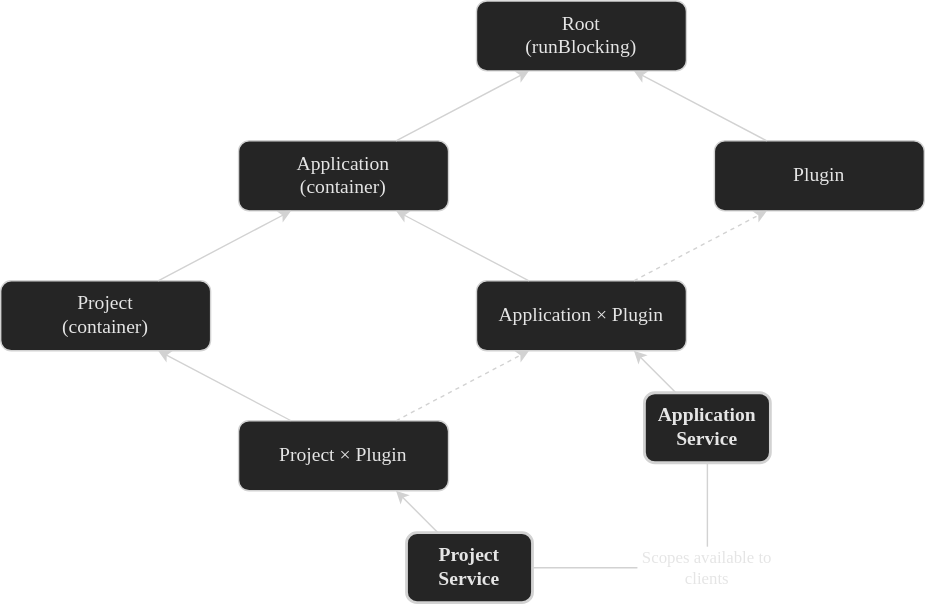
This is images/basics/architectural_overview/coroutines/intellij_platform_coroutine_scopes_dark.svg from JetBrains/intellij-sdk-docs, a draw.io export, as it was before one commit. Source tidied: cells renumbered, new cells last; positions are measured from the earlier drawing's top-left corner, leaving out a move shared by most shapes.
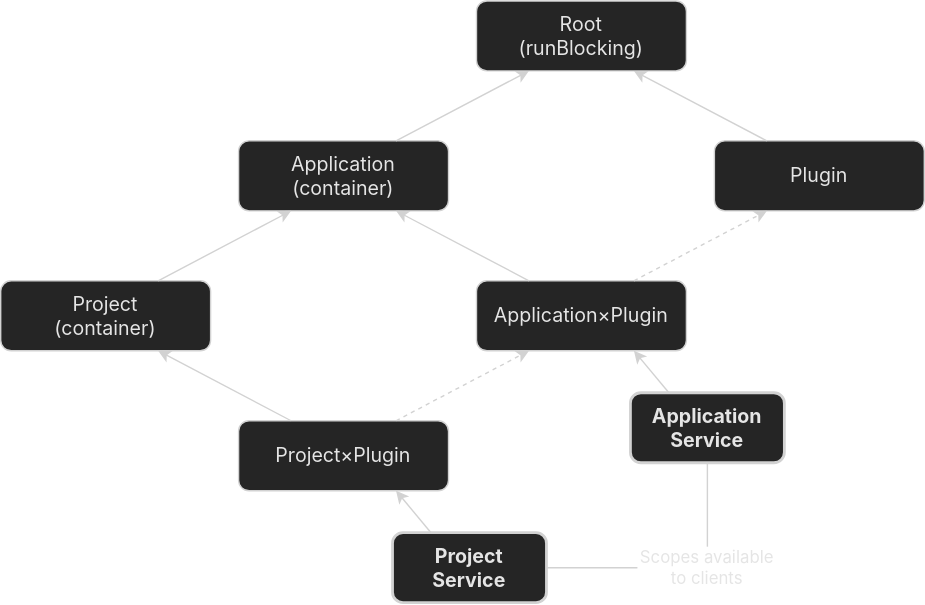
The same file after the commit.

Commit message:
Fix SVG diagram fonts

Change to the diagram source:
```diff
@@ -2,13 +2,13 @@
   <root>
     <mxCell id="0" />
     <mxCell id="1" parent="0" />
-    <mxCell id="2" value="&lt;font style=&quot;font-size: 14px;&quot;&gt;Root&lt;br style=&quot;font-size: 14px;&quot;&gt;(runBlocking)&lt;/font&gt;" style="rounded=1;whiteSpace=wrap;html=1;fontSize=14;fillColor=#252525;fontFamily=JetBrains Sans;fontColor=#E5E5E5;strokeColor=#d2d2d2;" parent="1" vertex="1">
+    <mxCell id="2" value="&lt;font style=&quot;font-size: 14px;&quot;&gt;Root&lt;br style=&quot;font-size: 14px;&quot;&gt;(runBlocking)&lt;/font&gt;" style="rounded=1;whiteSpace=wrap;html=1;fontSize=14;fillColor=#252525;fontFamily=Inter;fontColor=#E5E5E5;strokeColor=#d2d2d2;fontSource=https%3A%2F%2Ffonts.googleapis.com%2Fcss%3Ffamily%3DInter;" parent="1" vertex="1">
       <mxGeometry x="340" width="150" height="50" as="geometry" />
     </mxCell>
-    <mxCell id="3" value="Application&lt;br style=&quot;font-size: 14px;&quot;&gt;(container)" style="rounded=1;whiteSpace=wrap;html=1;fontSize=14;fillColor=#252525;fontFamily=JetBrains Sans;fontColor=#E5E5E5;strokeColor=#d2d2d2;" parent="1" vertex="1">
+    <mxCell id="3" value="Application&lt;br style=&quot;font-size: 14px;&quot;&gt;(container)" style="rounded=1;whiteSpace=wrap;html=1;fontSize=14;fillColor=#252525;fontFamily=Inter;fontColor=#E5E5E5;strokeColor=#d2d2d2;fontSource=https%3A%2F%2Ffonts.googleapis.com%2Fcss%3Ffamily%3DInter;" parent="1" vertex="1">
       <mxGeometry x="170" y="100" width="150" height="50" as="geometry" />
     </mxCell>
-    <mxCell id="4" value="Project&lt;br style=&quot;font-size: 14px;&quot;&gt;(container)" style="rounded=1;whiteSpace=wrap;html=1;fontSize=14;fillColor=#252525;fontFamily=JetBrains Sans;fontColor=#E5E5E5;strokeColor=#d2d2d2;" parent="1" vertex="1">
+    <mxCell id="4" value="Project&lt;br style=&quot;font-size: 14px;&quot;&gt;(container)" style="rounded=1;whiteSpace=wrap;html=1;fontSize=14;fillColor=#252525;fontFamily=Inter;fontColor=#E5E5E5;strokeColor=#d2d2d2;fontSource=https%3A%2F%2Ffonts.googleapis.com%2Fcss%3Ffamily%3DInter;" parent="1" vertex="1">
       <mxGeometry y="200" width="150" height="50" as="geometry" />
     </mxCell>
     <mxCell id="5" style="endArrow=classic;html=1;rounded=0;exitX=0.75;exitY=0;exitDx=0;exitDy=0;entryX=0.25;entryY=1;entryDx=0;entryDy=0;fontFamily=Inter;fontSource=https%3A%2F%2Ffonts.googleapis.com%2Fcss%3Ffamily%3DInter;fontColor=#19191c;strokeColor=#D2D2D2;" parent="1" edge="1" source="3" target="2">
@@ -17,16 +17,16 @@
     <mxCell id="6" style="endArrow=classic;html=1;rounded=0;exitX=0.75;exitY=0;exitDx=0;exitDy=0;entryX=0.25;entryY=1;entryDx=0;entryDy=0;fontFamily=Inter;fontSource=https%3A%2F%2Ffonts.googleapis.com%2Fcss%3Ffamily%3DInter;fontColor=#19191c;strokeColor=#D2D2D2;" parent="1" edge="1" source="4" target="3">
       <mxGeometry relative="1" as="geometry" />
     </mxCell>
-    <mxCell id="7" value="Plugin" style="rounded=1;whiteSpace=wrap;html=1;fontSize=14;fillColor=#252525;fontFamily=JetBrains Sans;fontColor=#E5E5E5;strokeColor=#d2d2d2;" parent="1" vertex="1">
+    <mxCell id="7" value="Plugin" style="rounded=1;whiteSpace=wrap;html=1;fontSize=14;fillColor=#252525;fontFamily=Inter;fontColor=#E5E5E5;strokeColor=#d2d2d2;fontSource=https%3A%2F%2Ffonts.googleapis.com%2Fcss%3Ffamily%3DInter;" parent="1" vertex="1">
       <mxGeometry x="510" y="100" width="150" height="50" as="geometry" />
     </mxCell>
     <mxCell id="8" style="endArrow=classic;html=1;rounded=0;exitX=0.25;exitY=0;exitDx=0;exitDy=0;entryX=0.75;entryY=1;entryDx=0;entryDy=0;fontFamily=Inter;fontSource=https%3A%2F%2Ffonts.googleapis.com%2Fcss%3Ffamily%3DInter;fontColor=#19191c;strokeColor=#D2D2D2;" parent="1" edge="1" source="7" target="2">
       <mxGeometry relative="1" as="geometry" />
     </mxCell>
-    <mxCell id="9" value="&lt;font&gt;Application&amp;nbsp;&lt;/font&gt;×&lt;font&gt;&amp;nbsp;Plugin&lt;/font&gt;" style="rounded=1;whiteSpace=wrap;html=1;fontSize=14;fillColor=#252525;fontFamily=JetBrains Sans;fontColor=#E5E5E5;strokeColor=#d2d2d2;" parent="1" vertex="1">
+    <mxCell id="9" value="&lt;font&gt;Application&lt;/font&gt;×&lt;font&gt;Plugin&lt;/font&gt;" style="rounded=1;whiteSpace=wrap;html=1;fontSize=14;fillColor=#252525;fontFamily=Inter;fontColor=#E5E5E5;strokeColor=#d2d2d2;fontSource=https%3A%2F%2Ffonts.googleapis.com%2Fcss%3Ffamily%3DInter;" parent="1" vertex="1">
       <mxGeometry x="340" y="200" width="150" height="50" as="geometry" />
     </mxCell>
-    <mxCell id="10" value="&lt;font&gt;Project&amp;nbsp;&lt;/font&gt;×&lt;font&gt;&amp;nbsp;Plugin&lt;/font&gt;" style="rounded=1;whiteSpace=wrap;html=1;fontSize=14;fillColor=#252525;fontFamily=JetBrains Sans;fontColor=#E5E5E5;strokeColor=#d2d2d2;" parent="1" vertex="1">
+    <mxCell id="10" value="&lt;font&gt;Project&lt;/font&gt;×&lt;font&gt;Plugin&lt;/font&gt;" style="rounded=1;whiteSpace=wrap;html=1;fontSize=14;fillColor=#252525;fontFamily=Inter;fontColor=#E5E5E5;strokeColor=#d2d2d2;fontSource=https%3A%2F%2Ffonts.googleapis.com%2Fcss%3Ffamily%3DInter;" parent="1" vertex="1">
       <mxGeometry x="170" y="300" width="150" height="50" as="geometry" />
     </mxCell>
     <mxCell id="11" style="endArrow=classic;html=1;rounded=0;exitX=0.75;exitY=0;exitDx=0;exitDy=0;entryX=0.25;entryY=1;entryDx=0;entryDy=0;dashed=1;fontFamily=Inter;fontSource=https%3A%2F%2Ffonts.googleapis.com%2Fcss%3Ffamily%3DInter;fontColor=#19191c;strokeColor=#D2D2D2;" parent="1" edge="1" source="10" target="9">
@@ -41,11 +41,11 @@
     <mxCell id="14" style="endArrow=classic;html=1;rounded=0;exitX=0.25;exitY=0;exitDx=0;exitDy=0;entryX=0.75;entryY=1;entryDx=0;entryDy=0;fontFamily=Inter;fontSource=https%3A%2F%2Ffonts.googleapis.com%2Fcss%3Ffamily%3DInter;fontColor=#19191c;strokeColor=#D2D2D2;" parent="1" edge="1" source="9" target="3">
       <mxGeometry relative="1" as="geometry" />
     </mxCell>
-    <mxCell id="15" value="Project&lt;br&gt;Service" style="rounded=1;whiteSpace=wrap;html=1;fontSize=14;fillColor=#252525;fontFamily=JetBrains Sans;fontColor=#E5E5E5;strokeColor=#d2d2d2;strokeWidth=2;fontStyle=1;" parent="1" vertex="1">
-      <mxGeometry x="290" y="380" width="90" height="50" as="geometry" />
+    <mxCell id="15" value="Project&lt;br&gt;Service" style="rounded=1;whiteSpace=wrap;html=1;fontSize=14;fillColor=#252525;fontFamily=Inter;fontColor=#E5E5E5;strokeColor=#d2d2d2;strokeWidth=2;fontStyle=1;fontSource=https%3A%2F%2Ffonts.googleapis.com%2Fcss%3Ffamily%3DInter;" parent="1" vertex="1">
+      <mxGeometry x="280" y="380" width="110" height="50" as="geometry" />
     </mxCell>
-    <mxCell id="16" value="Application&lt;br&gt;Service" style="rounded=1;whiteSpace=wrap;html=1;fontSize=14;fillColor=#252525;fontFamily=JetBrains Sans;fontColor=#E5E5E5;strokeColor=#d2d2d2;strokeWidth=2;fontStyle=1;" parent="1" vertex="1">
-      <mxGeometry x="460" y="280" width="90" height="50" as="geometry" />
+    <mxCell id="16" value="Application&lt;br&gt;Service" style="rounded=1;whiteSpace=wrap;html=1;fontSize=14;fillColor=#252525;fontFamily=Inter;fontColor=#E5E5E5;strokeColor=#d2d2d2;strokeWidth=2;fontStyle=1;fontSource=https%3A%2F%2Ffonts.googleapis.com%2Fcss%3Ffamily%3DInter;" parent="1" vertex="1">
+      <mxGeometry x="450" y="280" width="110" height="50" as="geometry" />
     </mxCell>
     <mxCell id="17" style="endArrow=classic;html=1;rounded=0;exitX=0.25;exitY=0;exitDx=0;exitDy=0;entryX=0.75;entryY=1;entryDx=0;entryDy=0;strokeColor=#D2D2D2;" parent="1" edge="1" source="15" target="10">
       <mxGeometry relative="1" as="geometry" />
@@ -53,13 +53,11 @@
     <mxCell id="18" style="endArrow=classic;html=1;rounded=0;exitX=0.25;exitY=0;exitDx=0;exitDy=0;entryX=0.75;entryY=1;entryDx=0;entryDy=0;strokeColor=#D2D2D2;" parent="1" edge="1" source="16" target="9">
       <mxGeometry relative="1" as="geometry" />
     </mxCell>
-    <mxCell id="19" value="Scopes available to clients" style="text;html=1;align=center;verticalAlign=middle;whiteSpace=wrap;rounded=0;fontColor=#e5e5e5;fontFamily=JetBrains Sans;" parent="1" vertex="1">
+    <mxCell id="19" value="Scopes available to clients" style="text;html=1;align=center;verticalAlign=middle;whiteSpace=wrap;rounded=0;fontColor=#e5e5e5;fontFamily=Inter;fontSource=https%3A%2F%2Ffonts.googleapis.com%2Fcss%3Ffamily%3DInter;" parent="1" vertex="1">
       <mxGeometry x="455" y="390" width="100" height="30" as="geometry" />
     </mxCell>
-    <mxCell id="20" style="endArrow=none;html=1;rounded=0;exitX=1;exitY=0.5;exitDx=0;exitDy=0;entryX=0;entryY=0.5;entryDx=0;entryDy=0;strokeColor=#d2d2d2;" parent="1" edge="1" target="19">
-      <mxGeometry relative="1" as="geometry">
-        <mxPoint x="380" y="405" as="sourcePoint" />
-      </mxGeometry>
+    <mxCell id="20" style="endArrow=none;html=1;rounded=0;entryX=0;entryY=0.5;entryDx=0;entryDy=0;strokeColor=#d2d2d2;exitX=1;exitY=0.5;exitDx=0;exitDy=0;" parent="1" edge="1" source="15" target="19">
+      <mxGeometry relative="1" as="geometry" />
     </mxCell>
     <mxCell id="21" style="endArrow=none;html=1;rounded=0;exitX=0.5;exitY=1;exitDx=0;exitDy=0;entryX=0.5;entryY=0;entryDx=0;entryDy=0;strokeColor=#d2d2d2;" parent="1" edge="1" target="19">
       <mxGeometry relative="1" as="geometry">
```
